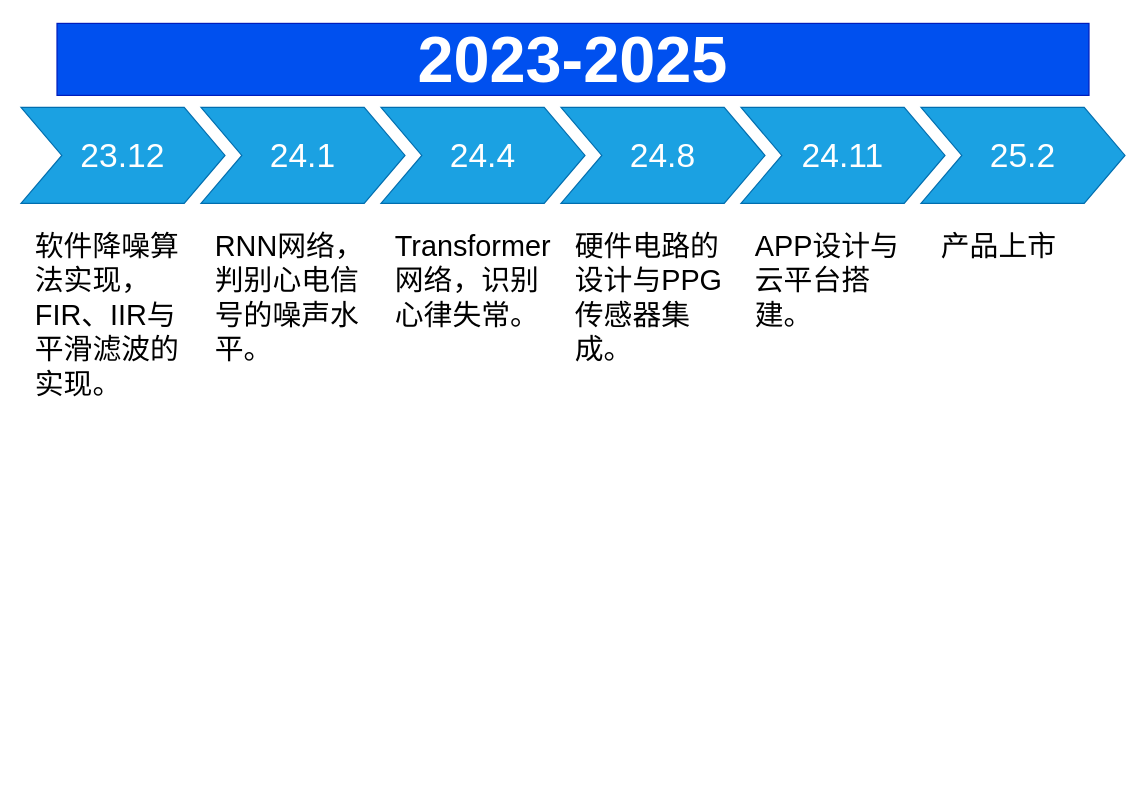
Earlier version of the draw.io diagram postgraduation/23sensor_schedule.drawio (Thesoul20/daily-work). Source tidied: cells renumbered, new cells numbered last; positions are measured from the earlier drawing's top-left corner, leaving out a move shared by most shapes. Both pictures are drawn from the tidied source at 120%, with x=0, y=0 at pixel (20, 23).
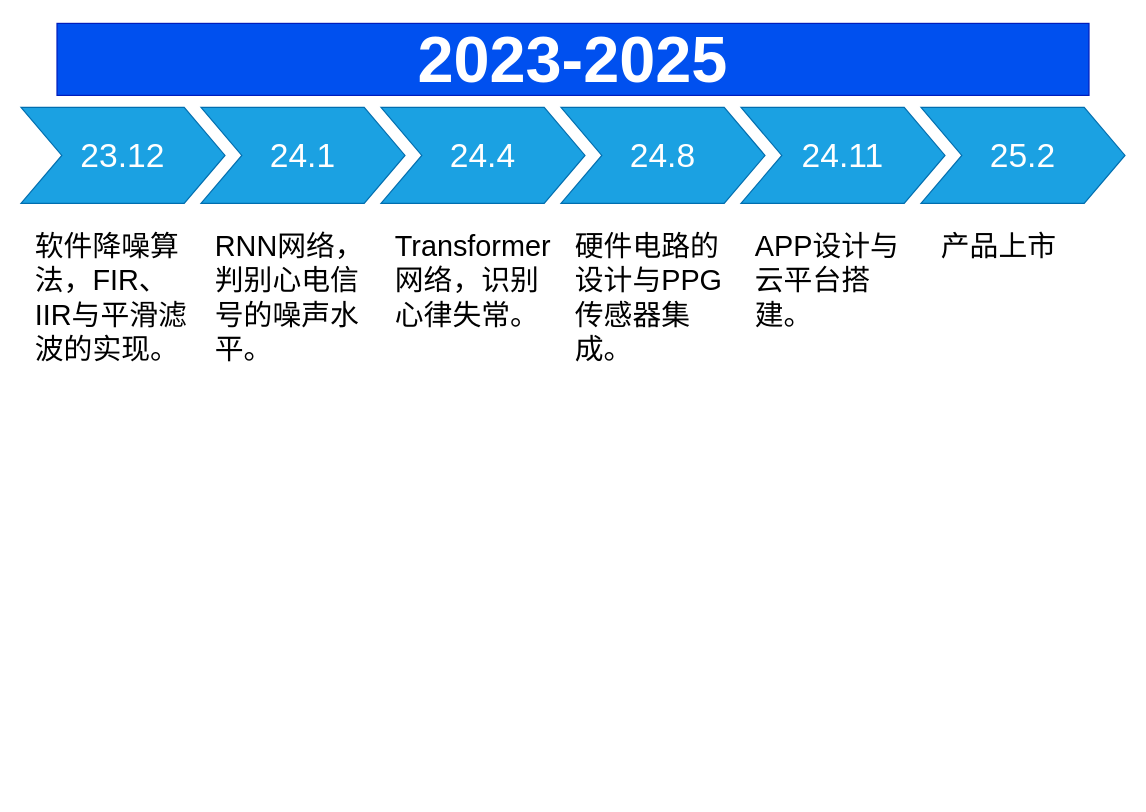
After the change.

Commit message:
beautify the output of schedule

Diff of the diagram source:
```diff
@@
 <mxGraphModel>
   <root>
     <mxCell id="0" />
     <mxCell id="1" parent="0" />
     <mxCell id="2" value="23.12" style="shape=step;whiteSpace=wrap;html=1;fontSize=28;fillColor=#1ba1e2;fontColor=#ffffff;strokeColor=#006EAF;" parent="1" vertex="1">
       <mxGeometry y="70" width="170" height="80" as="geometry" />
     </mxCell>
     <mxCell id="3" value="24.1" style="shape=step;whiteSpace=wrap;html=1;fontSize=28;fillColor=#1ba1e2;fontColor=#ffffff;strokeColor=#006EAF;" parent="1" vertex="1">
       <mxGeometry x="150" y="70" width="170" height="80" as="geometry" />
     </mxCell>
     <mxCell id="4" value="24.4" style="shape=step;whiteSpace=wrap;html=1;fontSize=28;fillColor=#1ba1e2;fontColor=#ffffff;strokeColor=#006EAF;" parent="1" vertex="1">
       <mxGeometry x="300" y="70" width="170" height="80" as="geometry" />
     </mxCell>
     <mxCell id="5" value="24.8" style="shape=step;whiteSpace=wrap;html=1;fontSize=28;fillColor=#1ba1e2;fontColor=#ffffff;strokeColor=#006EAF;" parent="1" vertex="1">
       <mxGeometry x="450" y="70" width="170" height="80" as="geometry" />
     </mxCell>
     <mxCell id="6" value="24.11" style="shape=step;whiteSpace=wrap;html=1;fontSize=28;fillColor=#1ba1e2;fontColor=#ffffff;strokeColor=#006EAF;" parent="1" vertex="1">
       <mxGeometry x="600" y="70" width="170" height="80" as="geometry" />
     </mxCell>
     <mxCell id="7" value="25.2" style="shape=step;whiteSpace=wrap;html=1;fontSize=28;fillColor=#1ba1e2;fontColor=#ffffff;strokeColor=#006EAF;" parent="1" vertex="1">
       <mxGeometry x="750" y="70" width="170" height="80" as="geometry" />
     </mxCell>
     <mxCell id="8" value="2023-2025" style="text;html=1;strokeColor=#001DBC;fillColor=#0050ef;align=center;verticalAlign=middle;whiteSpace=wrap;fontSize=54;fontStyle=1;fontColor=#ffffff;" parent="1" vertex="1">
       <mxGeometry x="30" width="860" height="60" as="geometry" />
     </mxCell>
-    <mxCell id="9" value="&lt;font style=&quot;font-size: 24px;&quot;&gt;软件降噪算法实现，FIR、IIR与平滑滤波的实现。&lt;/font&gt;" style="text;spacingTop=-5;fillColor=#ffffff;whiteSpace=wrap;html=1;align=left;fontSize=12;fontFamily=Helvetica;fillColor=none;strokeColor=none;" parent="1" vertex="1">
+    <mxCell id="9" value="&lt;font style=&quot;font-size: 24px;&quot;&gt;软件降噪算法，FIR、IIR与平滑滤波的实现。&lt;/font&gt;" style="text;spacingTop=-5;fillColor=#ffffff;whiteSpace=wrap;html=1;align=left;fontSize=12;fontFamily=Helvetica;fillColor=none;strokeColor=none;" parent="1" vertex="1">
       <mxGeometry x="10" y="170" width="140" height="470" as="geometry" />
     </mxCell>
     <mxCell id="10" value="&lt;font style=&quot;font-size: 24px;&quot;&gt;RNN网络，判别心电信号的噪声水平。&lt;/font&gt;" style="text;spacingTop=-5;fillColor=#ffffff;whiteSpace=wrap;html=1;align=left;fontSize=12;fontFamily=Helvetica;fillColor=none;strokeColor=none;" parent="1" vertex="1">
       <mxGeometry x="160" y="170" width="140" height="470" as="geometry" />
     </mxCell>
     <mxCell id="11" value="&lt;font style=&quot;font-size: 24px;&quot;&gt;Transformer网络，识别心律失常。&lt;/font&gt;" style="text;spacingTop=-5;fillColor=#ffffff;whiteSpace=wrap;html=1;align=left;fontSize=12;fontFamily=Helvetica;fillColor=none;strokeColor=none;" parent="1" vertex="1">
       <mxGeometry x="310" y="170" width="140" height="470" as="geometry" />
     </mxCell>
     <mxCell id="12" value="&lt;font style=&quot;font-size: 24px;&quot;&gt;硬件电路的设计与PPG传感器集成。&lt;/font&gt;" style="text;spacingTop=-5;fillColor=#ffffff;whiteSpace=wrap;html=1;align=left;fontSize=12;fontFamily=Helvetica;fillColor=none;strokeColor=none;" parent="1" vertex="1">
       <mxGeometry x="460" y="170" width="140" height="470" as="geometry" />
     </mxCell>
     <mxCell id="13" value="&lt;font style=&quot;font-size: 24px;&quot;&gt;APP设计与云平台搭建。&lt;/font&gt;" style="text;spacingTop=-5;fillColor=#ffffff;whiteSpace=wrap;html=1;align=left;fontSize=12;fontFamily=Helvetica;fillColor=none;strokeColor=none;" parent="1" vertex="1">
       <mxGeometry x="610" y="170" width="140" height="470" as="geometry" />
     </mxCell>
     <mxCell id="14" value="&lt;font style=&quot;font-size: 24px;&quot;&gt;产品上市&lt;/font&gt;" style="text;spacingTop=-5;fillColor=#ffffff;whiteSpace=wrap;html=1;align=left;fontSize=12;fontFamily=Helvetica;fillColor=none;strokeColor=none;" parent="1" vertex="1">
       <mxGeometry x="765" y="170" width="140" height="470" as="geometry" />
     </mxCell>
   </root>
 </mxGraphModel>
```
